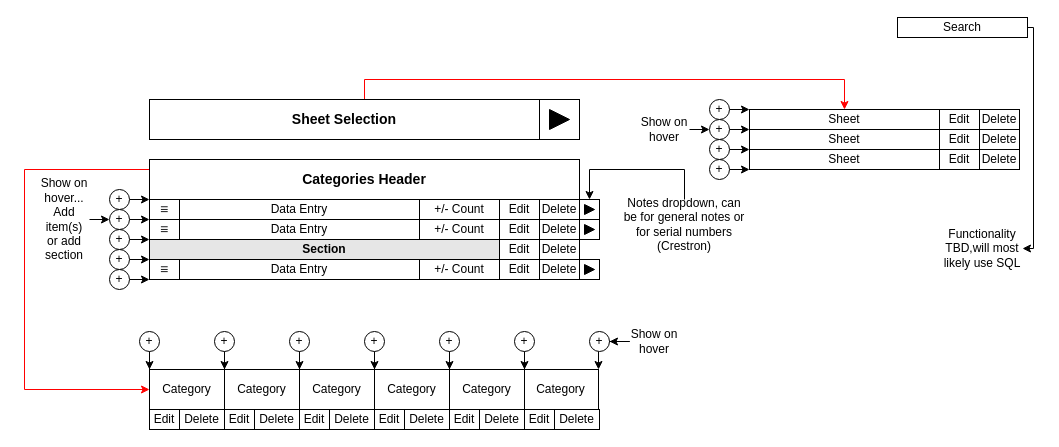
Before: Planning/Data Page Layout.drawio in nrose5/Inventory-Project, a draw.io diagram. Source tidied: cells renumbered, new cells numbered last; positions are measured from the earlier drawing's top-left corner, leaving out a move shared by most shapes. Both pictures are drawn from the tidied source at 100%, with x=0, y=0 at pixel (24, 17).
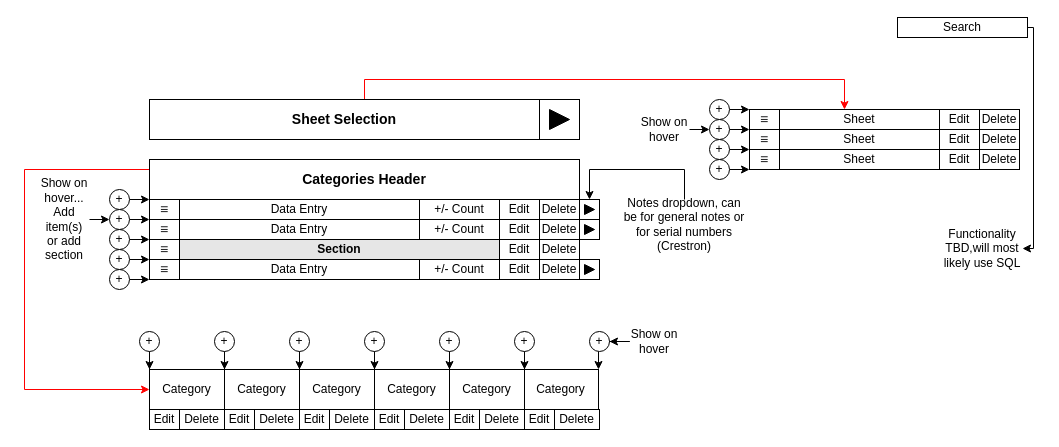
The same page after the edit.

The change refers to these unchanged cells:
```xml
<mxCell id="3" value="Sheet Selection" style="rounded=0;whiteSpace=wrap;html=1;fontSize=14;fontStyle=1;" parent="1" vertex="1">
  <mxGeometry x="125" y="82" width="390" height="40" as="geometry" />
</mxCell>
```

Change to the diagram source:
```diff
@@
-    <mxCell id="2" style="edgeStyle=orthogonalEdgeStyle;rounded=0;jettySize=auto;html=1;entryX=0.5;entryY=0;entryDx=0;entryDy=0;strokeColor=#FF0000;" parent="1" edge="1" source="3" target="18">
+    <mxCell id="2" style="edgeStyle=orthogonalEdgeStyle;rounded=0;jettySize=auto;html=1;entryX=0.5;entryY=0;entryDx=0;entryDy=0;strokeColor=#FF0000;" parent="1" edge="1" source="3">
       <mxGeometry relative="1" as="geometry">
+        <mxPoint x="820" y="92" as="targetPoint" />
         <Array as="points">
           <mxPoint x="340" y="62" />
           <mxPoint x="820" y="62" />
         </Array>
       </mxGeometry>
     </mxCell>
@@
-    <mxCell id="18" value="Sheet" style="rounded=0;whiteSpace=wrap;html=1;" parent="1" vertex="1">
-      <mxGeometry x="725" y="92" width="190" height="20" as="geometry" />
-    </mxCell>
@@
-    <mxCell id="44" value="Sheet" style="rounded=0;whiteSpace=wrap;html=1;" parent="1" vertex="1">
-      <mxGeometry x="725" y="112" width="190" height="20" as="geometry" />
-    </mxCell>
@@
     <mxCell id="47" value="Sheet" style="rounded=0;whiteSpace=wrap;html=1;" parent="1" vertex="1">
-      <mxGeometry x="725" y="132" width="190" height="20" as="geometry" />
+      <mxGeometry x="755" y="132" width="160" height="20" as="geometry" />
     </mxCell>
@@
     <mxCell id="62" value="Section" style="rounded=0;whiteSpace=wrap;html=1;fontStyle=1;fillColor=#E6E6E6;" parent="1" vertex="1">
-      <mxGeometry x="125" y="222" width="350" height="20" as="geometry" />
+      <mxGeometry x="155" y="222" width="320" height="20" as="geometry" />
     </mxCell>
@@
+    <mxCell id="102" value="&lt;span style=&quot;color: rgb(32 , 33 , 34) ; font-family: sans-serif ; font-size: 14px ; background-color: rgb(255 , 255 , 255)&quot;&gt;≡&lt;/span&gt;" style="rounded=0;whiteSpace=wrap;html=1;" parent="1" vertex="1">
+      <mxGeometry x="725" y="132" width="30" height="20" as="geometry" />
+    </mxCell>
+    <mxCell id="103" value="Sheet" style="rounded=0;whiteSpace=wrap;html=1;" parent="1" vertex="1">
+      <mxGeometry x="755" y="92" width="160" height="20" as="geometry" />
+    </mxCell>
+    <mxCell id="104" value="&lt;span style=&quot;color: rgb(32 , 33 , 34) ; font-family: sans-serif ; font-size: 14px ; background-color: rgb(255 , 255 , 255)&quot;&gt;≡&lt;/span&gt;" style="rounded=0;whiteSpace=wrap;html=1;" parent="1" vertex="1">
+      <mxGeometry x="725" y="92" width="30" height="20" as="geometry" />
+    </mxCell>
+    <mxCell id="105" value="Sheet" style="rounded=0;whiteSpace=wrap;html=1;" parent="1" vertex="1">
+      <mxGeometry x="755" y="112" width="160" height="20" as="geometry" />
+    </mxCell>
+    <mxCell id="106" value="&lt;span style=&quot;color: rgb(32 , 33 , 34) ; font-family: sans-serif ; font-size: 14px ; background-color: rgb(255 , 255 , 255)&quot;&gt;≡&lt;/span&gt;" style="rounded=0;whiteSpace=wrap;html=1;" parent="1" vertex="1">
+      <mxGeometry x="725" y="112" width="30" height="20" as="geometry" />
+    </mxCell>
+    <mxCell id="107" value="&lt;span style=&quot;color: rgb(32 , 33 , 34) ; font-family: sans-serif ; font-size: 14px ; background-color: rgb(255 , 255 , 255)&quot;&gt;≡&lt;/span&gt;" style="rounded=0;whiteSpace=wrap;html=1;" parent="1" vertex="1">
+      <mxGeometry x="125" y="222" width="30" height="20" as="geometry" />
+    </mxCell>
```
